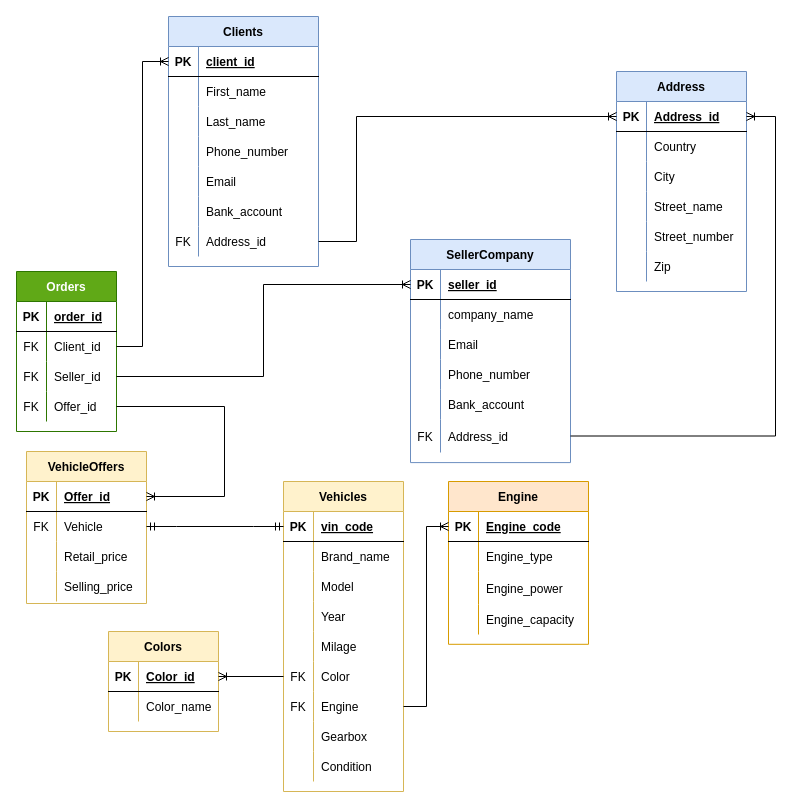
Above: page "Page-1" (1 of 2) of Car Marketplace.drawio in kstekels/Car-Marketplace (draw.io), before the change. Source tidied: cells renumbered, new cells numbered last; positions are measured from the earlier drawing's top-left corner, leaving out a move shared by most shapes. Both pictures are drawn from the tidied source at 100%, with x=0, y=0 at pixel (16, 16).
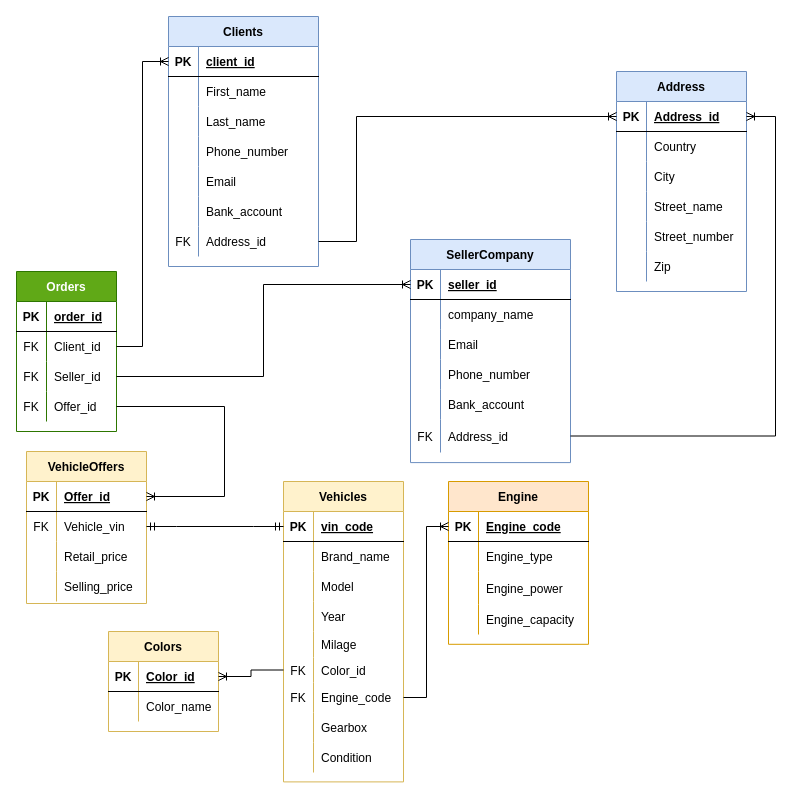
The same diagram, later.

Unchanged cells that the change refers to:
```xml
<mxCell id="66" style="shape=partialRectangle;fillColor=none;top=0;left=0;bottom=0;right=0;points=[[0,0.5],[1,0.5]];portConstraint=eastwest;" parent="62" vertex="1">
  <mxGeometry y="60" width="120" height="30" as="geometry" />
</mxCell>
```

What changed in the source:
```diff
@@
-    <mxCell id="68" value="Vehicle" style="shape=partialRectangle;fillColor=none;top=0;left=0;bottom=0;right=0;align=left;spacingLeft=6;fontStyle=0;overflow=hidden;" parent="66" vertex="1">
+    <mxCell id="68" value="Vehicle_vin" style="shape=partialRectangle;fillColor=none;top=0;left=0;bottom=0;right=0;align=left;spacingLeft=6;fontStyle=0;overflow=hidden;" parent="66" vertex="1">
       <mxGeometry x="30" width="90" height="30" as="geometry" />
     </mxCell>
@@
     <mxCell id="75" value="Vehicles" style="shape=table;startSize=30;childLayout=tableLayout;rowLines=0;fontStyle=1;align=center;fillColor=#fff2cc;strokeColor=#d6b656;" parent="1" vertex="1">
-      <mxGeometry x="267" y="465" width="120" height="310" as="geometry" />
+      <mxGeometry x="267" y="465" width="120" height="300.4" as="geometry" />
     </mxCell>
@@
     <mxCell id="88" style="shape=partialRectangle;fillColor=none;top=0;left=0;bottom=0;right=0;" parent="75" vertex="1">
-      <mxGeometry y="150" width="120" height="30" as="geometry" />
+      <mxGeometry y="150" width="120" height="26" as="geometry" />
     </mxCell>
     <mxCell id="89" style="shape=partialRectangle;fillColor=none;top=0;left=0;bottom=0;right=0;overflow=hidden;" parent="88" vertex="1">
-      <mxGeometry width="30" height="30" as="geometry" />
+      <mxGeometry width="30" height="26" as="geometry" />
     </mxCell>
     <mxCell id="90" value="Milage" style="shape=partialRectangle;fillColor=none;top=0;left=0;bottom=0;right=0;align=left;spacingLeft=6;overflow=hidden;" parent="88" vertex="1">
-      <mxGeometry x="30" width="90" height="30" as="geometry" />
+      <mxGeometry x="30" width="90" height="26" as="geometry" />
     </mxCell>
     <mxCell id="91" style="shape=partialRectangle;fillColor=none;top=0;left=0;bottom=0;right=0;points=[[0,0.5],[1,0.5]];portConstraint=eastwest;" parent="75" vertex="1">
-      <mxGeometry y="180" width="120" height="30" as="geometry" />
+      <mxGeometry y="176" width="120" height="25" as="geometry" />
     </mxCell>
     <mxCell id="92" value="FK" style="shape=partialRectangle;fillColor=none;top=0;left=0;bottom=0;right=0;fontStyle=0;overflow=hidden;" parent="91" vertex="1">
-      <mxGeometry width="30" height="30" as="geometry" />
+      <mxGeometry width="30" height="25" as="geometry" />
     </mxCell>
-    <mxCell id="93" value="Color" style="shape=partialRectangle;fillColor=none;top=0;left=0;bottom=0;right=0;align=left;spacingLeft=6;fontStyle=0;overflow=hidden;" parent="91" vertex="1">
-      <mxGeometry x="30" width="90" height="30" as="geometry" />
+    <mxCell id="93" value="Color_id" style="shape=partialRectangle;fillColor=none;top=0;left=0;bottom=0;right=0;align=left;spacingLeft=6;fontStyle=0;overflow=hidden;" parent="91" vertex="1">
+      <mxGeometry x="30" width="90" height="25" as="geometry" />
     </mxCell>
     <mxCell id="94" style="shape=partialRectangle;fillColor=none;top=0;left=0;bottom=0;right=0;points=[[0,0.5],[1,0.5]];portConstraint=eastwest;" parent="75" vertex="1">
-      <mxGeometry y="210" width="120" height="30" as="geometry" />
+      <mxGeometry y="201" width="120" height="30" as="geometry" />
     </mxCell>
@@
-    <mxCell id="96" value="Engine" style="shape=partialRectangle;fillColor=none;top=0;left=0;bottom=0;right=0;align=left;spacingLeft=6;fontStyle=0;overflow=hidden;" parent="94" vertex="1">
+    <mxCell id="96" value="Engine_code" style="shape=partialRectangle;fillColor=none;top=0;left=0;bottom=0;right=0;align=left;spacingLeft=6;fontStyle=0;overflow=hidden;" parent="94" vertex="1">
       <mxGeometry x="30" width="90" height="30" as="geometry" />
     </mxCell>
     <mxCell id="97" style="shape=partialRectangle;fillColor=none;top=0;left=0;bottom=0;right=0;" parent="75" vertex="1">
-      <mxGeometry y="240" width="120" height="30" as="geometry" />
+      <mxGeometry y="231" width="120" height="30" as="geometry" />
     </mxCell>
@@
     <mxCell id="100" style="shape=partialRectangle;fillColor=none;top=0;left=0;bottom=0;right=0;" parent="75" vertex="1">
-      <mxGeometry y="270" width="120" height="30" as="geometry" />
+      <mxGeometry y="261" width="120" height="30" as="geometry" />
     </mxCell>
```
